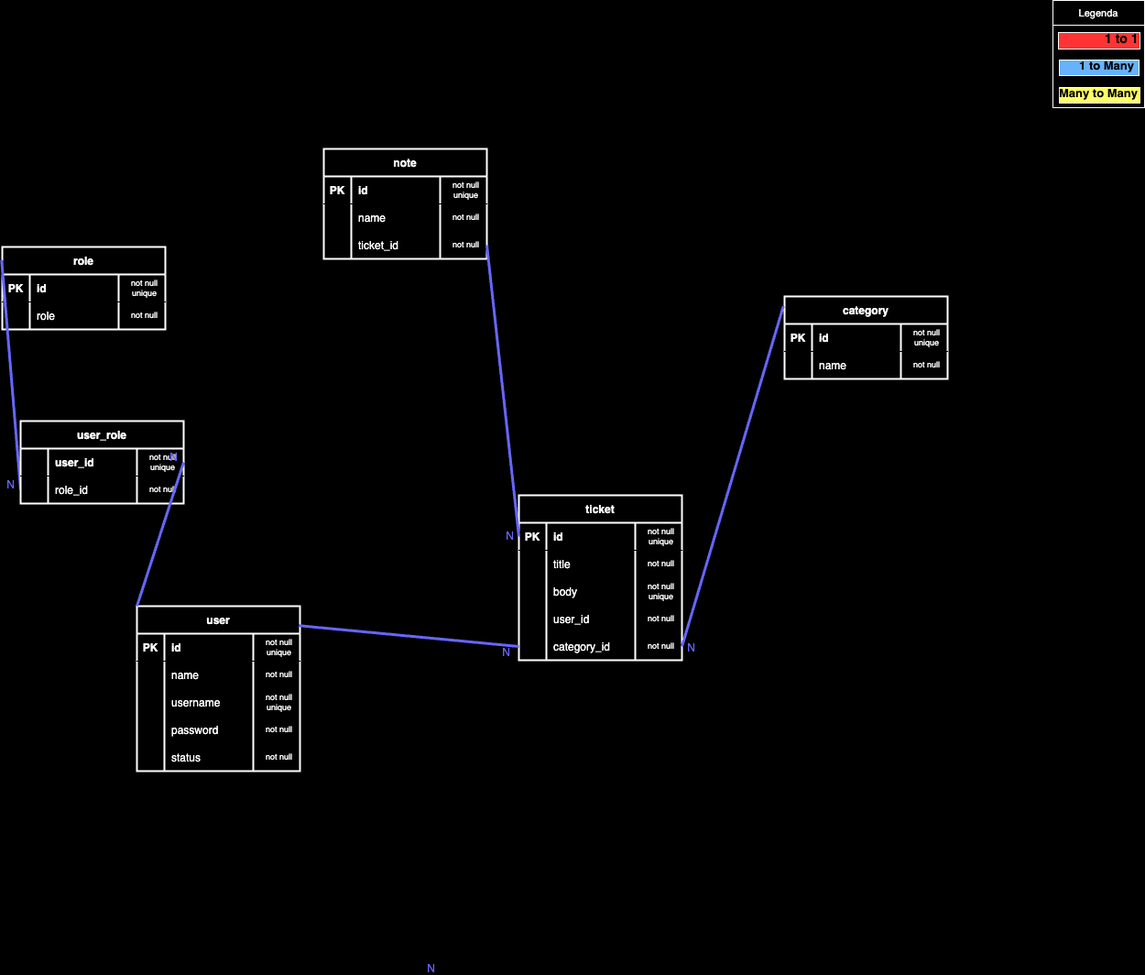
Earlier version of the draw.io export diagram-er.drawio.png (LudovicaMassimino/ticket-platform). Source tidied: cells renumbered, new cells last; positions are measured from the earlier drawing's top-left corner, leaving out a move shared by most shapes.
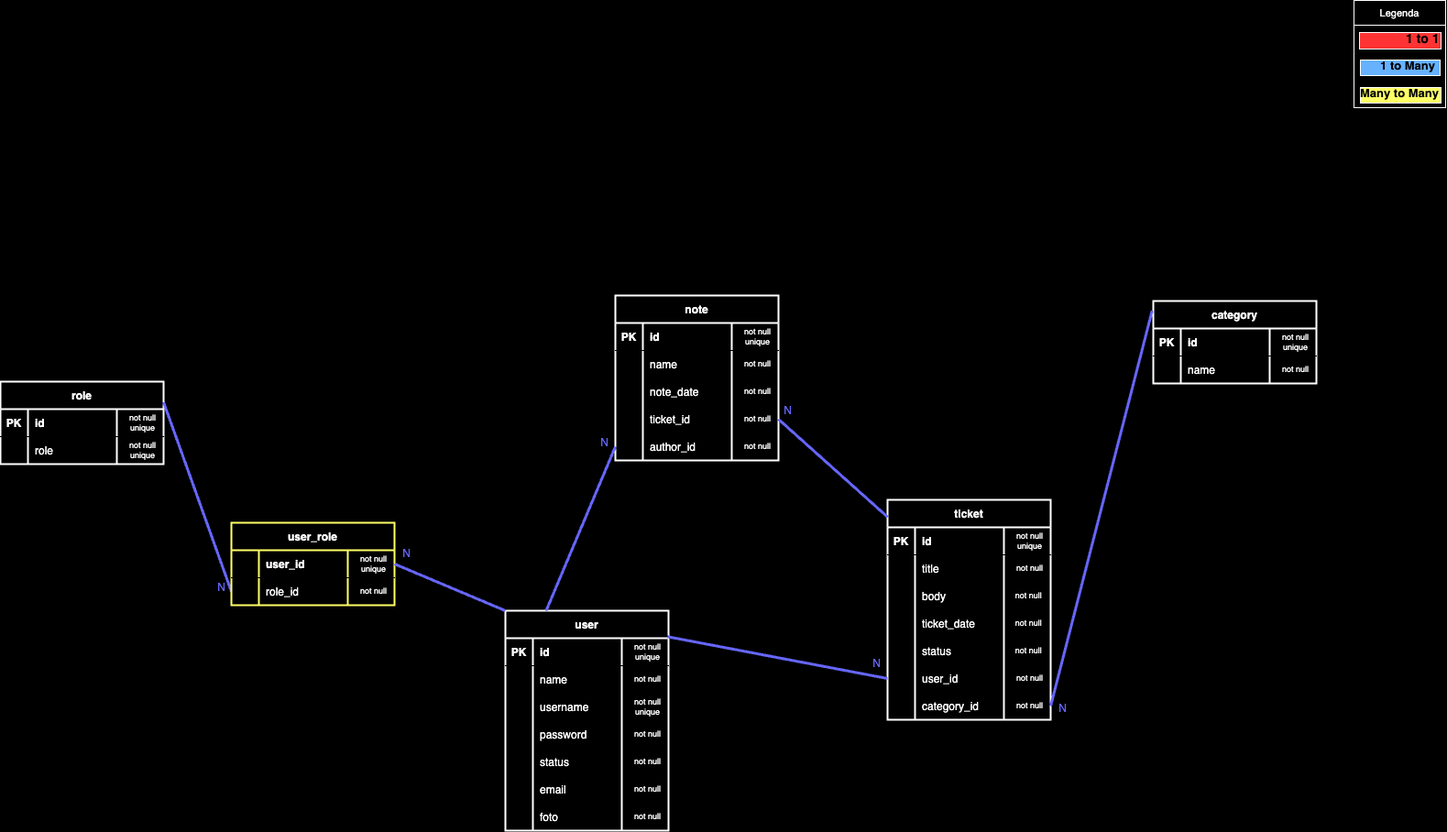
The same file after the commit.

The edit, as a diff of the source:
```diff
@@ -3,7 +3,7 @@
     <mxCell id="0" />
     <mxCell id="1" parent="0" />
     <mxCell id="2" value="user" style="shape=table;startSize=30;rowLines=0;fontStyle=1;align=center;labelBackgroundColor=none;labelBorderColor=none;fillColor=none;fontColor=#FFFFFF;strokeColor=#FFFFFF;swimlaneFillColor=#000000;strokeWidth=2;" parent="1" vertex="1">
-      <mxGeometry x="147" y="661" width="178" height="180" as="geometry" />
+      <mxGeometry x="147" y="661" width="178" height="240" as="geometry" />
     </mxCell>
     <mxCell id="3" style="shape=tableRow;horizontal=0;startSize=0;swimlaneHead=0;swimlaneBody=0;fillColor=none;top=0;left=0;right=0;bottom=1;" parent="2" vertex="1">
       <mxGeometry y="30" width="178" height="30" as="geometry" />
@@ -65,8 +65,32 @@
     <mxCell id="22" value="not null" style="shape=partialRectangle;fillColor=none;top=0;left=0;bottom=0;right=0;align=center;spacingLeft=6;overflow=hidden;fontColor=#FFFFFF;fontSize=9;whiteSpace=wrap;" parent="19" vertex="1">
       <mxGeometry x="127" width="51" height="30" as="geometry" />
     </mxCell>
+    <mxCell id="99" style="shape=tableRow;horizontal=0;startSize=0;swimlaneHead=0;swimlaneBody=0;fillColor=none;top=0;left=0;right=0;bottom=0;" parent="2" vertex="1">
+      <mxGeometry y="180" width="178" height="30" as="geometry" />
+    </mxCell>
+    <mxCell id="100" style="shape=partialRectangle;fillColor=none;top=0;left=0;bottom=0;right=0;overflow=hidden;fontColor=#FFFFFF;" parent="99" vertex="1">
+      <mxGeometry width="30" height="30" as="geometry" />
+    </mxCell>
+    <mxCell id="101" value="email" style="shape=partialRectangle;fillColor=none;top=0;left=0;bottom=0;right=0;align=left;spacingLeft=6;overflow=hidden;fontColor=#FFFFFF;" parent="99" vertex="1">
+      <mxGeometry x="30" width="97" height="30" as="geometry" />
+    </mxCell>
+    <mxCell id="102" value="not null" style="shape=partialRectangle;fillColor=none;top=0;left=0;bottom=0;right=0;align=center;spacingLeft=6;overflow=hidden;fontColor=#FFFFFF;fontSize=9;whiteSpace=wrap;" parent="99" vertex="1">
+      <mxGeometry x="127" width="51" height="30" as="geometry" />
+    </mxCell>
+    <mxCell id="103" style="shape=tableRow;horizontal=0;startSize=0;swimlaneHead=0;swimlaneBody=0;fillColor=none;top=0;left=0;right=0;bottom=0;" parent="2" vertex="1">
+      <mxGeometry y="210" width="178" height="30" as="geometry" />
+    </mxCell>
+    <mxCell id="104" style="shape=partialRectangle;fillColor=none;top=0;left=0;bottom=0;right=0;overflow=hidden;fontColor=#FFFFFF;" parent="103" vertex="1">
+      <mxGeometry width="30" height="30" as="geometry" />
+    </mxCell>
+    <mxCell id="105" value="foto" style="shape=partialRectangle;fillColor=none;top=0;left=0;bottom=0;right=0;align=left;spacingLeft=6;overflow=hidden;fontColor=#FFFFFF;" parent="103" vertex="1">
+      <mxGeometry x="30" width="97" height="30" as="geometry" />
+    </mxCell>
+    <mxCell id="106" value="not null" style="shape=partialRectangle;fillColor=none;top=0;left=0;bottom=0;right=0;align=center;spacingLeft=6;overflow=hidden;fontColor=#FFFFFF;fontSize=9;whiteSpace=wrap;" parent="103" vertex="1">
+      <mxGeometry x="127" width="51" height="30" as="geometry" />
+    </mxCell>
     <mxCell id="23" value="ticket" style="shape=table;startSize=30;rowLines=0;fontStyle=1;align=center;labelBackgroundColor=none;labelBorderColor=none;fillColor=none;fontColor=#FFFFFF;strokeColor=#FFFFFF;swimlaneFillColor=#000000;strokeWidth=2;" parent="1" vertex="1">
-      <mxGeometry x="564" y="540" width="178" height="180" as="geometry" />
+      <mxGeometry x="564" y="540" width="178" height="240" as="geometry" />
     </mxCell>
     <mxCell id="24" style="shape=tableRow;horizontal=0;startSize=0;swimlaneHead=0;swimlaneBody=0;fillColor=none;points=[[0,0.5],[1,0.5]];portConstraint=eastwest;top=0;left=0;right=0;bottom=1;" parent="23" vertex="1">
       <mxGeometry y="30" width="178" height="30" as="geometry" />
@@ -101,11 +125,35 @@
     <mxCell id="34" value="body" style="shape=partialRectangle;fillColor=none;top=0;left=0;bottom=0;right=0;align=left;spacingLeft=6;overflow=hidden;fontColor=#FFFFFF;" parent="32" vertex="1">
       <mxGeometry x="30" width="97" height="30" as="geometry" />
     </mxCell>
-    <mxCell id="35" value="not null unique" style="shape=partialRectangle;fillColor=none;top=0;left=0;bottom=0;right=0;align=center;spacingLeft=6;overflow=hidden;fontColor=#FFFFFF;whiteSpace=wrap;fontSize=9;" parent="32" vertex="1">
+    <mxCell id="35" value="not null " style="shape=partialRectangle;fillColor=none;top=0;left=0;bottom=0;right=0;align=center;spacingLeft=6;overflow=hidden;fontColor=#FFFFFF;whiteSpace=wrap;fontSize=9;" parent="32" vertex="1">
       <mxGeometry x="127" width="51" height="30" as="geometry" />
     </mxCell>
+    <mxCell id="107" style="shape=tableRow;horizontal=0;startSize=0;swimlaneHead=0;swimlaneBody=0;fillColor=none;top=0;left=0;right=0;bottom=0;" parent="23" vertex="1">
+      <mxGeometry y="120" width="178" height="30" as="geometry" />
+    </mxCell>
+    <mxCell id="108" style="shape=partialRectangle;fillColor=none;top=0;left=0;bottom=0;right=0;overflow=hidden;fontColor=#FFFFFF;" parent="107" vertex="1">
+      <mxGeometry width="30" height="30" as="geometry" />
+    </mxCell>
+    <mxCell id="109" value="ticket_date" style="shape=partialRectangle;fillColor=none;top=0;left=0;bottom=0;right=0;align=left;spacingLeft=6;overflow=hidden;fontColor=#FFFFFF;" parent="107" vertex="1">
+      <mxGeometry x="30" width="97" height="30" as="geometry" />
+    </mxCell>
+    <mxCell id="110" value="not null " style="shape=partialRectangle;fillColor=none;top=0;left=0;bottom=0;right=0;align=center;spacingLeft=6;overflow=hidden;fontColor=#FFFFFF;whiteSpace=wrap;fontSize=9;" parent="107" vertex="1">
+      <mxGeometry x="127" width="51" height="30" as="geometry" />
+    </mxCell>
+    <mxCell id="111" style="shape=tableRow;horizontal=0;startSize=0;swimlaneHead=0;swimlaneBody=0;fillColor=none;top=0;left=0;right=0;bottom=0;" parent="23" vertex="1">
+      <mxGeometry y="150" width="178" height="30" as="geometry" />
+    </mxCell>
+    <mxCell id="112" style="shape=partialRectangle;fillColor=none;top=0;left=0;bottom=0;right=0;overflow=hidden;fontColor=#FFFFFF;" parent="111" vertex="1">
+      <mxGeometry width="30" height="30" as="geometry" />
+    </mxCell>
+    <mxCell id="113" value="status" style="shape=partialRectangle;fillColor=none;top=0;left=0;bottom=0;right=0;align=left;spacingLeft=6;overflow=hidden;fontColor=#FFFFFF;" parent="111" vertex="1">
+      <mxGeometry x="30" width="97" height="30" as="geometry" />
+    </mxCell>
+    <mxCell id="114" value="not null " style="shape=partialRectangle;fillColor=none;top=0;left=0;bottom=0;right=0;align=center;spacingLeft=6;overflow=hidden;fontColor=#FFFFFF;whiteSpace=wrap;fontSize=9;" parent="111" vertex="1">
+      <mxGeometry x="127" width="51" height="30" as="geometry" />
+    </mxCell>
     <mxCell id="36" style="shape=tableRow;horizontal=0;startSize=0;swimlaneHead=0;swimlaneBody=0;fillColor=none;points=[[0,0.5],[1,0.5]];portConstraint=eastwest;top=0;left=0;right=0;bottom=0;" parent="23" vertex="1">
-      <mxGeometry y="120" width="178" height="30" as="geometry" />
+      <mxGeometry y="180" width="178" height="30" as="geometry" />
     </mxCell>
     <mxCell id="37" style="shape=partialRectangle;fillColor=none;top=0;left=0;bottom=0;right=0;overflow=hidden;fontColor=#FFFFFF;" parent="36" vertex="1">
       <mxGeometry width="30" height="30" as="geometry" />
@@ -117,7 +165,7 @@
       <mxGeometry x="127" width="51" height="30" as="geometry" />
     </mxCell>
     <mxCell id="40" style="shape=tableRow;horizontal=0;startSize=0;swimlaneHead=0;swimlaneBody=0;fillColor=none;points=[[0,0.5],[1,0.5]];portConstraint=eastwest;top=0;left=0;right=0;bottom=0;" parent="23" vertex="1">
-      <mxGeometry y="150" width="178" height="30" as="geometry" />
+      <mxGeometry y="210" width="178" height="30" as="geometry" />
     </mxCell>
     <mxCell id="41" style="shape=partialRectangle;fillColor=none;top=0;left=0;bottom=0;right=0;overflow=hidden;fontColor=#FFFFFF;" parent="40" vertex="1">
       <mxGeometry width="30" height="30" as="geometry" />
@@ -156,7 +204,7 @@
       <mxGeometry x="127" width="51" height="30" as="geometry" />
     </mxCell>
     <mxCell id="53" value="Legenda" style="swimlane;fontStyle=0;horizontal=1;startSize=27;align=center;fontSize=11;labelBackgroundColor=none;labelBorderColor=none;strokeColor=#FFFFFF;strokeWidth=1;fontColor=#FFFFFF;fillColor=none;" parent="1" vertex="1">
-      <mxGeometry x="1147" width="100" height="117" as="geometry" />
+      <mxGeometry x="1073" y="-5" width="100" height="117" as="geometry" />
     </mxCell>
     <mxCell id="54" value="             1 to 1" style="text;strokeColor=none;fillColor=none;spacingLeft=4;spacingRight=4;overflow=hidden;fontSize=14;labelBackgroundColor=#FF3333;labelBorderColor=#FFFFFF;strokeWidth=1;fontColor=#000000;fontStyle=1;align=center;" parent="53" vertex="1">
       <mxGeometry y="27" width="100" height="30" as="geometry" />
@@ -172,16 +220,16 @@
     </mxCell>
     <mxCell id="58" value="N" style="html=1;align=right;verticalAlign=bottom;fontColor=#6666FF;" parent="57" vertex="1">
       <mxGeometry x="1" relative="1" as="geometry">
-        <mxPoint x="-294" y="258" as="offset" />
+        <mxPoint x="-462" y="119" as="offset" />
       </mxGeometry>
     </mxCell>
     <mxCell id="59" value="N" style="html=1;align=right;verticalAlign=bottom;fontColor=#6666FF;" parent="57" vertex="1">
       <mxGeometry x="1" relative="1" as="geometry">
-        <mxPoint x="-96" y="380" as="offset" />
+        <mxPoint x="-93" y="441" as="offset" />
       </mxGeometry>
     </mxCell>
     <mxCell id="60" value="note" style="shape=table;startSize=30;rowLines=0;fontStyle=1;align=center;labelBackgroundColor=none;labelBorderColor=none;fillColor=none;fontColor=#FFFFFF;strokeColor=#FFFFFF;swimlaneFillColor=#000000;strokeWidth=2;" parent="1" vertex="1">
-      <mxGeometry x="351" y="162" width="178" height="120" as="geometry" />
+      <mxGeometry x="267" y="317" width="178" height="180" as="geometry" />
     </mxCell>
     <mxCell id="61" style="shape=tableRow;horizontal=0;startSize=0;swimlaneHead=0;swimlaneBody=0;fillColor=none;top=0;left=0;right=0;bottom=1;" parent="60" vertex="1">
       <mxGeometry y="30" width="178" height="30" as="geometry" />
@@ -213,30 +261,54 @@
     <mxCell id="70" style="shape=partialRectangle;fillColor=none;top=0;left=0;bottom=0;right=0;overflow=hidden;fontColor=#FFFFFF;" parent="69" vertex="1">
       <mxGeometry width="30" height="30" as="geometry" />
     </mxCell>
-    <mxCell id="71" value="ticket_id" style="shape=partialRectangle;fillColor=none;top=0;left=0;bottom=0;right=0;align=left;spacingLeft=6;overflow=hidden;fontColor=#FFFFFF;" parent="69" vertex="1">
+    <mxCell id="71" value="note_date" style="shape=partialRectangle;fillColor=none;top=0;left=0;bottom=0;right=0;align=left;spacingLeft=6;overflow=hidden;fontColor=#FFFFFF;" parent="69" vertex="1">
       <mxGeometry x="30" width="97" height="30" as="geometry" />
     </mxCell>
     <mxCell id="72" value="not null" style="shape=partialRectangle;fillColor=none;top=0;left=0;bottom=0;right=0;align=center;spacingLeft=6;overflow=hidden;fontColor=#FFFFFF;fontSize=9;whiteSpace=wrap;" parent="69" vertex="1">
       <mxGeometry x="127" width="51" height="30" as="geometry" />
     </mxCell>
+    <mxCell id="115" style="shape=tableRow;horizontal=0;startSize=0;swimlaneHead=0;swimlaneBody=0;fillColor=none;points=[[0,0.5],[1,0.5]];portConstraint=eastwest;top=0;left=0;right=0;bottom=0;" parent="60" vertex="1">
+      <mxGeometry y="120" width="178" height="30" as="geometry" />
+    </mxCell>
+    <mxCell id="116" style="shape=partialRectangle;fillColor=none;top=0;left=0;bottom=0;right=0;overflow=hidden;fontColor=#FFFFFF;" parent="115" vertex="1">
+      <mxGeometry width="30" height="30" as="geometry" />
+    </mxCell>
+    <mxCell id="117" value="ticket_id" style="shape=partialRectangle;fillColor=none;top=0;left=0;bottom=0;right=0;align=left;spacingLeft=6;overflow=hidden;fontColor=#FFFFFF;" parent="115" vertex="1">
+      <mxGeometry x="30" width="97" height="30" as="geometry" />
+    </mxCell>
+    <mxCell id="118" value="not null" style="shape=partialRectangle;fillColor=none;top=0;left=0;bottom=0;right=0;align=center;spacingLeft=6;overflow=hidden;fontColor=#FFFFFF;fontSize=9;whiteSpace=wrap;" parent="115" vertex="1">
+      <mxGeometry x="127" width="51" height="30" as="geometry" />
+    </mxCell>
+    <mxCell id="119" style="shape=tableRow;horizontal=0;startSize=0;swimlaneHead=0;swimlaneBody=0;fillColor=none;points=[[0,0.5],[1,0.5]];portConstraint=eastwest;top=0;left=0;right=0;bottom=0;" parent="60" vertex="1">
+      <mxGeometry y="150" width="178" height="30" as="geometry" />
+    </mxCell>
+    <mxCell id="120" style="shape=partialRectangle;fillColor=none;top=0;left=0;bottom=0;right=0;overflow=hidden;fontColor=#FFFFFF;" parent="119" vertex="1">
+      <mxGeometry width="30" height="30" as="geometry" />
+    </mxCell>
+    <mxCell id="121" value="author_id" style="shape=partialRectangle;fillColor=none;top=0;left=0;bottom=0;right=0;align=left;spacingLeft=6;overflow=hidden;fontColor=#FFFFFF;" parent="119" vertex="1">
+      <mxGeometry x="30" width="97" height="30" as="geometry" />
+    </mxCell>
+    <mxCell id="122" value="not null" style="shape=partialRectangle;fillColor=none;top=0;left=0;bottom=0;right=0;align=center;spacingLeft=6;overflow=hidden;fontColor=#FFFFFF;fontSize=9;whiteSpace=wrap;" parent="119" vertex="1">
+      <mxGeometry x="127" width="51" height="30" as="geometry" />
+    </mxCell>
-    <mxCell id="73" style="endArrow=none;html=1;rounded=0;exitX=1;exitY=0.5;exitDx=0;exitDy=0;strokeWidth=3;strokeColor=#6666FF;entryX=0;entryY=0.5;entryDx=0;entryDy=0;" parent="1" edge="1" source="69" target="24">
+    <mxCell id="73" style="endArrow=none;html=1;rounded=0;strokeWidth=3;strokeColor=#6666FF;entryX=1;entryY=0.5;entryDx=0;entryDy=0;exitX=0;exitY=0.078;exitDx=0;exitDy=0;exitPerimeter=0;" parent="1" edge="1" source="23" target="115">
       <mxGeometry relative="1" as="geometry" />
     </mxCell>
     <mxCell id="74" value="N" style="html=1;align=right;verticalAlign=bottom;fontColor=#6666FF;" parent="73" vertex="1">
       <mxGeometry x="1" relative="1" as="geometry">
-        <mxPoint x="-10" y="134" as="offset" />
+        <mxPoint x="112" y="275" as="offset" />
       </mxGeometry>
     </mxCell>
+    <mxCell id="123" value="N" style="html=1;align=right;verticalAlign=bottom;fontColor=#6666FF;" parent="73" vertex="1">
+      <mxGeometry x="1" relative="1" as="geometry">
+        <mxPoint x="15" y="-1" as="offset" />
+      </mxGeometry>
+    </mxCell>
-    <mxCell id="75" style="endArrow=none;html=1;rounded=0;exitX=0.993;exitY=0.118;exitDx=0;exitDy=0;strokeWidth=3;strokeColor=#6666FF;entryX=0;entryY=0.5;entryDx=0;entryDy=0;exitPerimeter=0;" parent="1" edge="1" source="2" target="40">
+    <mxCell id="75" style="endArrow=none;html=1;rounded=0;exitX=0.993;exitY=0.118;exitDx=0;exitDy=0;strokeWidth=3;strokeColor=#6666FF;entryX=0;entryY=0.5;entryDx=0;entryDy=0;exitPerimeter=0;" parent="1" edge="1" source="2" target="36">
       <mxGeometry relative="1" as="geometry" />
     </mxCell>
-    <mxCell id="76" value="N" style="html=1;align=right;verticalAlign=bottom;fontColor=#6666FF;" parent="75" vertex="1">
-      <mxGeometry x="1" relative="1" as="geometry">
-        <mxPoint x="-92" y="359" as="offset" />
-      </mxGeometry>
-    </mxCell>
     <mxCell id="77" value="role" style="shape=table;startSize=30;rowLines=0;fontStyle=1;align=center;labelBackgroundColor=none;labelBorderColor=none;fillColor=none;fontColor=#FFFFFF;strokeColor=#FFFFFF;swimlaneFillColor=#000000;strokeWidth=2;" parent="1" vertex="1">
-      <mxGeometry y="269" width="178" height="90" as="geometry" />
+      <mxGeometry x="-404" y="411" width="178" height="90" as="geometry" />
     </mxCell>
     <mxCell id="78" style="shape=tableRow;horizontal=0;startSize=0;swimlaneHead=0;swimlaneBody=0;fillColor=none;top=0;left=0;right=0;bottom=1;" parent="77" vertex="1">
       <mxGeometry y="30" width="178" height="30" as="geometry" />
@@ -259,10 +331,10 @@
     <mxCell id="84" value="role" style="shape=partialRectangle;fillColor=none;top=0;left=0;bottom=0;right=0;align=left;spacingLeft=6;overflow=hidden;fontColor=#FFFFFF;" parent="82" vertex="1">
       <mxGeometry x="30" width="97" height="30" as="geometry" />
     </mxCell>
-    <mxCell id="85" value="not null" style="shape=partialRectangle;fillColor=none;top=0;left=0;bottom=0;right=0;align=center;spacingLeft=6;overflow=hidden;fontColor=#FFFFFF;fontSize=9;whiteSpace=wrap;" parent="82" vertex="1">
+    <mxCell id="85" value="not null unique" style="shape=partialRectangle;fillColor=none;top=0;left=0;bottom=0;right=0;align=center;spacingLeft=6;overflow=hidden;fontColor=#FFFFFF;fontSize=9;whiteSpace=wrap;" parent="82" vertex="1">
       <mxGeometry x="127" width="51" height="30" as="geometry" />
     </mxCell>
-    <mxCell id="86" style="endArrow=none;html=1;rounded=0;strokeColor=#6666FF;strokeWidth=3;fontColor=#FFFF66;exitX=-0.004;exitY=0.159;exitDx=0;exitDy=0;entryX=0;entryY=0.5;entryDx=0;entryDy=0;exitPerimeter=0;" parent="1" edge="1" source="77" target="93">
+    <mxCell id="86" style="endArrow=none;html=1;rounded=0;strokeColor=#6666FF;strokeWidth=3;fontColor=#FFFF66;exitX=1;exitY=0.25;exitDx=0;exitDy=0;entryX=0;entryY=0.5;entryDx=0;entryDy=0;" parent="1" edge="1" source="77" target="93">
       <mxGeometry relative="1" as="geometry" />
     </mxCell>
     <mxCell id="87" value="N" style="html=1;align=right;verticalAlign=bottom;fontColor=#6666FF;" parent="86" vertex="1">
@@ -270,8 +342,8 @@
         <mxPoint x="-7" y="3" as="offset" />
       </mxGeometry>
     </mxCell>
-    <mxCell id="88" value="user_role" style="shape=table;startSize=30;rowLines=0;fontStyle=1;align=center;labelBackgroundColor=none;labelBorderColor=none;fillColor=none;fontColor=#FFFFFF;strokeColor=#FFFFFF;swimlaneFillColor=#000000;strokeWidth=2;" parent="1" vertex="1">
-      <mxGeometry x="20" y="459" width="178" height="90" as="geometry" />
+    <mxCell id="88" value="user_role" style="shape=table;startSize=30;rowLines=0;fontStyle=1;align=center;labelBackgroundColor=none;labelBorderColor=none;fillColor=none;fontColor=#FFFFFF;strokeColor=#FFFF66;swimlaneFillColor=#000000;strokeWidth=2;" parent="1" vertex="1">
+      <mxGeometry x="-152" y="565" width="178" height="90" as="geometry" />
     </mxCell>
     <mxCell id="89" style="shape=tableRow;horizontal=0;startSize=0;swimlaneHead=0;swimlaneBody=0;fillColor=none;points=[[0,0.5],[1,0.5]];portConstraint=eastwest;top=0;left=0;right=0;bottom=1;" parent="88" vertex="1">
       <mxGeometry y="30" width="178" height="30" as="geometry" />
@@ -302,8 +374,16 @@
     </mxCell>
     <mxCell id="98" value="N" style="html=1;align=right;verticalAlign=bottom;fontColor=#6666FF;" parent="97" vertex="1">
       <mxGeometry x="1" relative="1" as="geometry">
-        <mxPoint x="-7" y="3" as="offset" />
+        <mxPoint x="17" y="-4" as="offset" />
       </mxGeometry>
     </mxCell>
+    <mxCell id="124" style="endArrow=none;html=1;rounded=0;strokeColor=#6666FF;strokeWidth=3;fontColor=#FFFF66;exitX=0.25;exitY=0;exitDx=0;exitDy=0;entryX=0;entryY=0.5;entryDx=0;entryDy=0;" parent="1" edge="1" source="2" target="119">
+      <mxGeometry relative="1" as="geometry" />
+    </mxCell>
+    <mxCell id="125" value="N" style="html=1;align=right;verticalAlign=bottom;fontColor=#6666FF;" parent="124" vertex="1">
+      <mxGeometry x="1" relative="1" as="geometry">
+        <mxPoint x="-7" y="3" as="offset" />
+      </mxGeometry>
+    </mxCell>
   </root>
 </mxGraphModel>
```
